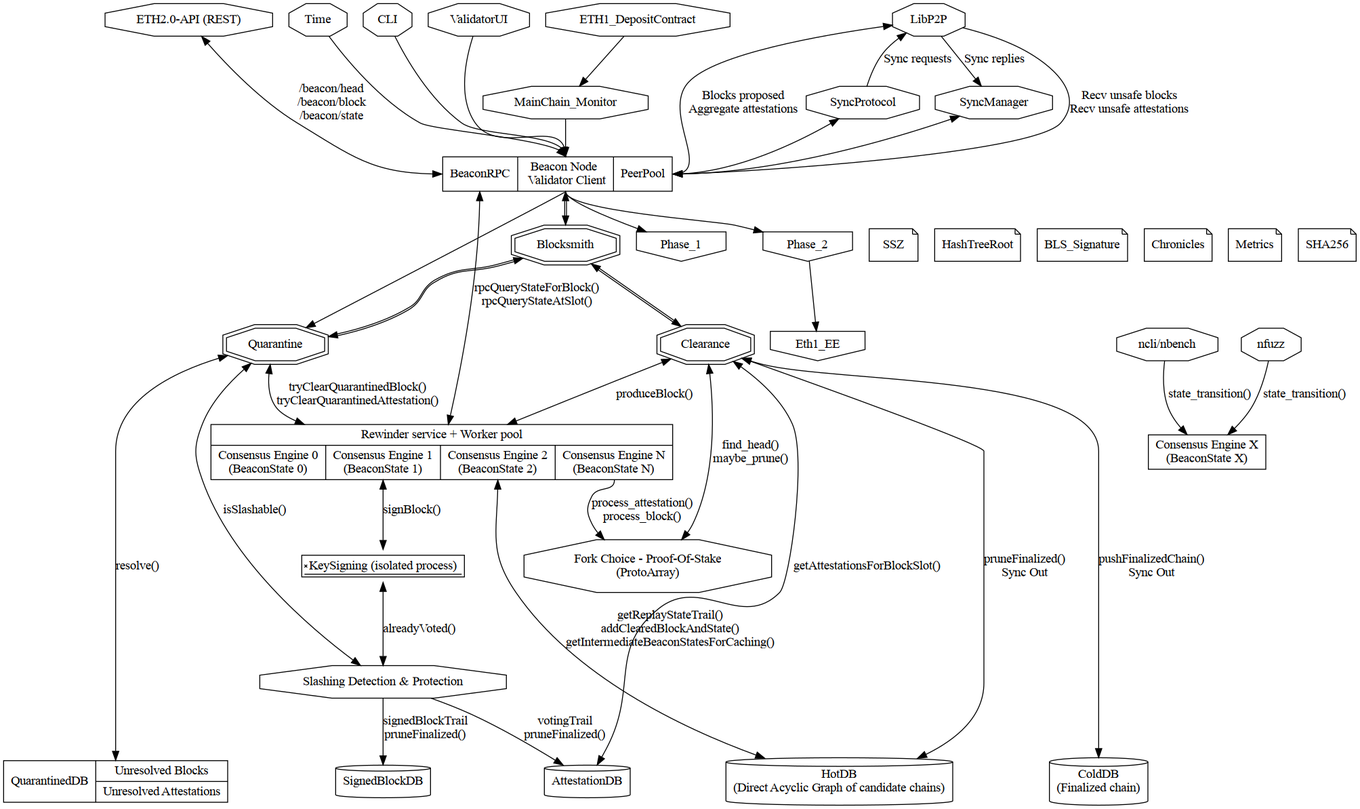
Above: architecture_phase0.png in mratsim/blocksmith (Graphviz), before the change. Its source is kept beside it as architecture_phase0.dot.
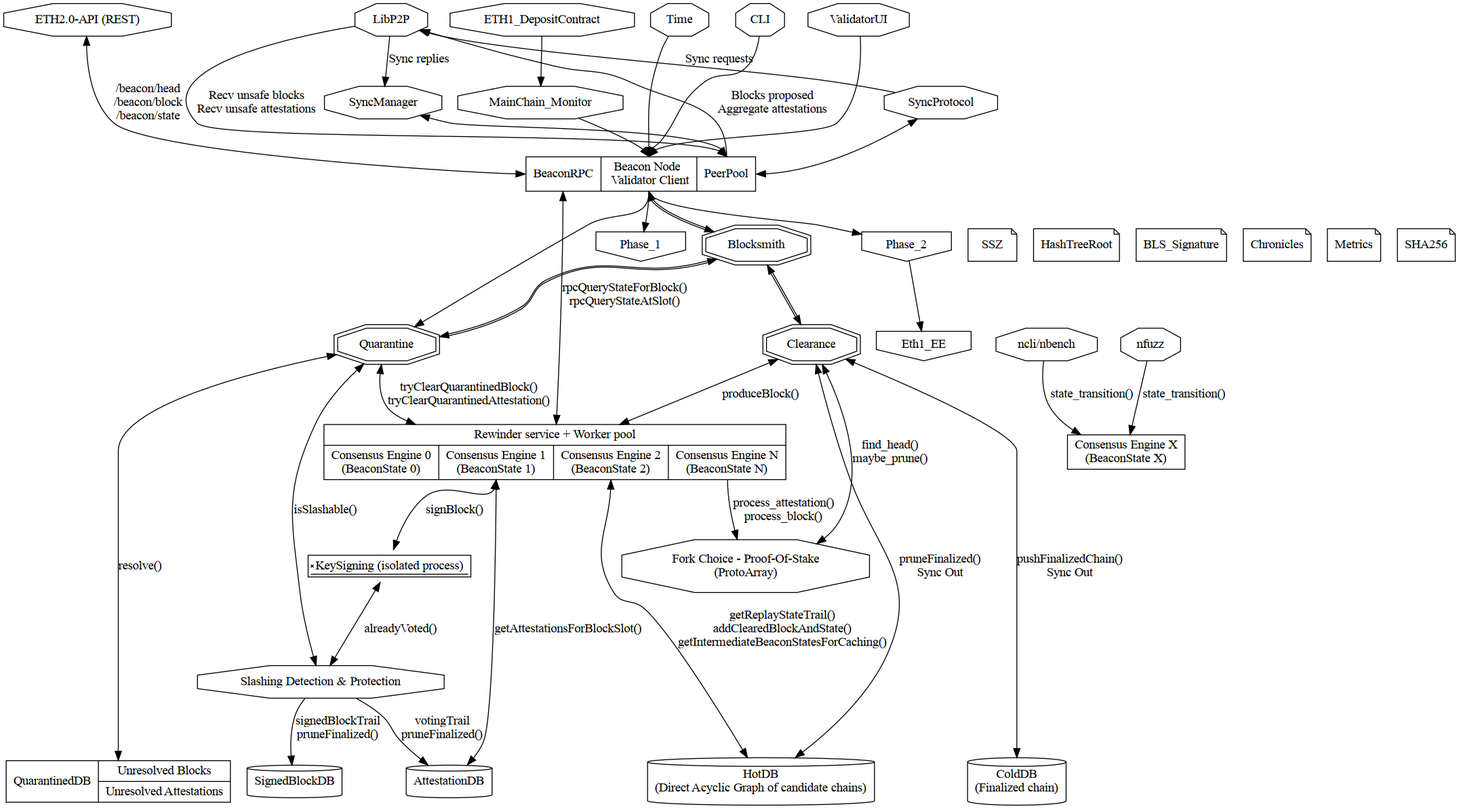
The same diagram one commit later.

The edit, as a diff of the source:
```diff
@@ -72,7 +72,7 @@
   KeySigning -> Slashing [dir="both", label="alreadyVoted()"]
   Slashing -> AttestationDB [label="votingTrail\npruneFinalized()"]
   Slashing -> SignedBlockDB [label="signedBlockTrail\npruneFinalized()"]
-  Clearance -> AttestationDB [dir="both", label="getAttestationsForBlockSlot()"]
+  Rewinder:bs1 -> AttestationDB [dir="both", label="getAttestationsForBlockSlot()"]
 
   Clearance -> HotDB [dir="both", label="pruneFinalized()\nSync Out"]
 
```
